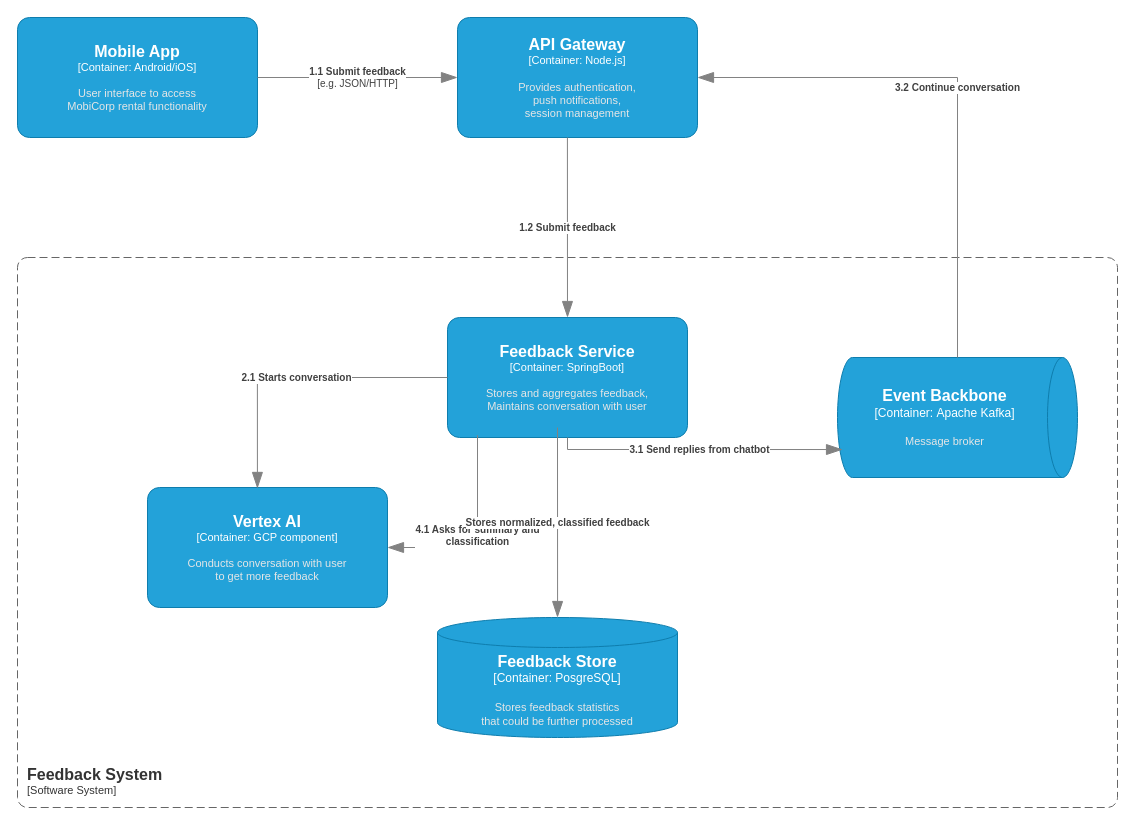
This is hld/scenarios/feedback-analysis/Feedback Analysis.drawio from Oleggio/five-nines-arch-katas, a draw.io file, before an edit. Source tidied: cells renumbered, new cells numbered last; positions are measured from the earlier drawing's top-left corner, leaving out a move shared by most shapes. Both pictures are drawn from the tidied source at 100%, with x=0, y=0 at pixel (17, 17).
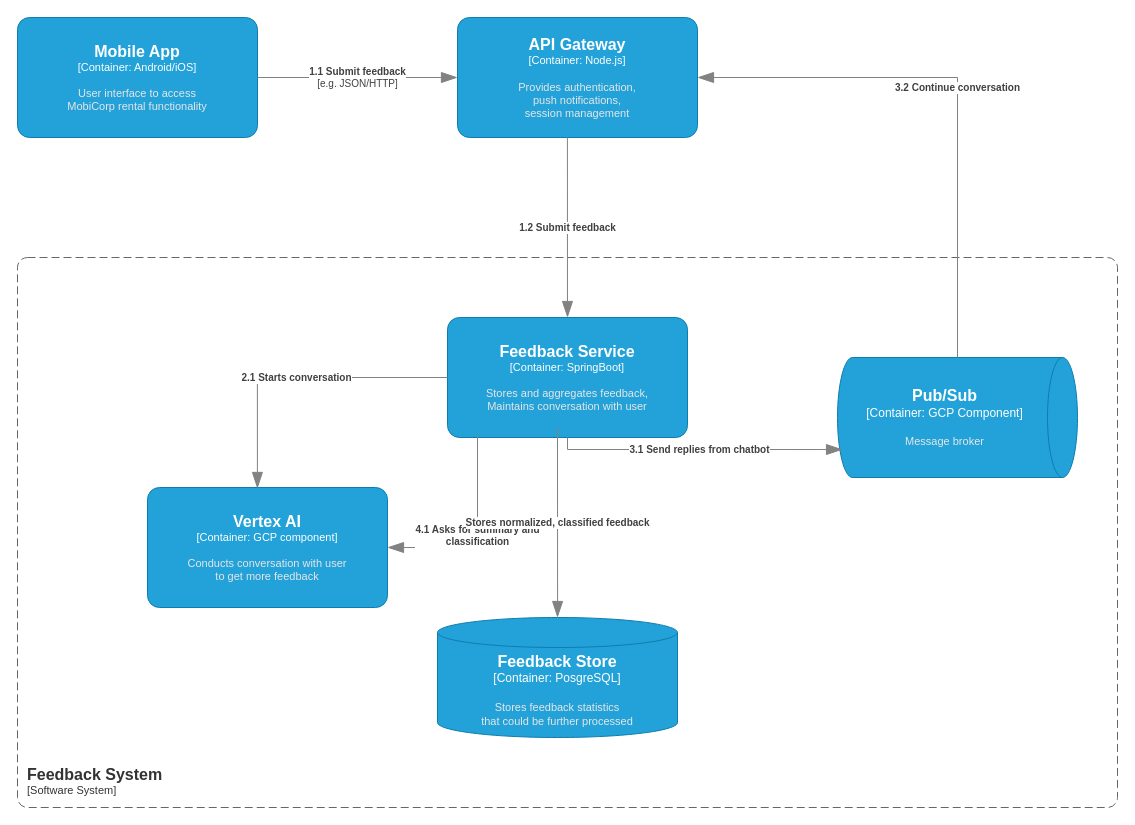
The same diagram, later.

Commit message (it also covers changes not shown here):
Polish feedback analysis description and diagram

What changed in the source:
```diff
@@
-    <object id="5" label="&lt;font style=&quot;font-size: 16px&quot;&gt;&lt;b&gt;%c4Name%&lt;/b&gt;&lt;/font&gt;&lt;div&gt;[%c4Type%:&amp;nbsp;%c4Technology%]&lt;/div&gt;&lt;br&gt;&lt;div&gt;&lt;font style=&quot;font-size: 11px&quot;&gt;&lt;font color=&quot;#E6E6E6&quot;&gt;%c4Description%&lt;/font&gt;&lt;/div&gt;" c4Description="Message broker" c4Name="Event Backbone " c4Technology="Apache Kafka" c4Type="Container" placeholders="1">
+    <object id="5" label="&lt;font style=&quot;font-size: 16px&quot;&gt;&lt;b&gt;%c4Name%&lt;/b&gt;&lt;/font&gt;&lt;div&gt;[%c4Type%:&amp;nbsp;%c4Technology%]&lt;/div&gt;&lt;br&gt;&lt;div&gt;&lt;font style=&quot;font-size: 11px&quot;&gt;&lt;font color=&quot;#E6E6E6&quot;&gt;%c4Description%&lt;/font&gt;&lt;/div&gt;" c4Description="Message broker" c4Name="Pub/Sub" c4Technology="GCP Component" c4Type="Container" placeholders="1">
       <mxCell style="shape=cylinder3;size=15;direction=south;whiteSpace=wrap;html=1;boundedLbl=1;rounded=0;labelBackgroundColor=none;fillColor=#23A2D9;fontSize=12;fontColor=#ffffff;align=center;strokeColor=#0E7DAD;points=[[0.5,0,0],[1,0.25,0],[1,0.5,0],[1,0.75,0],[0.5,1,0],[0,0.75,0],[0,0.5,0],[0,0.25,0]];" parent="1" vertex="1">
         <mxGeometry x="820" y="340" width="240" height="120" as="geometry" />
       </mxCell>
     </object>
```
